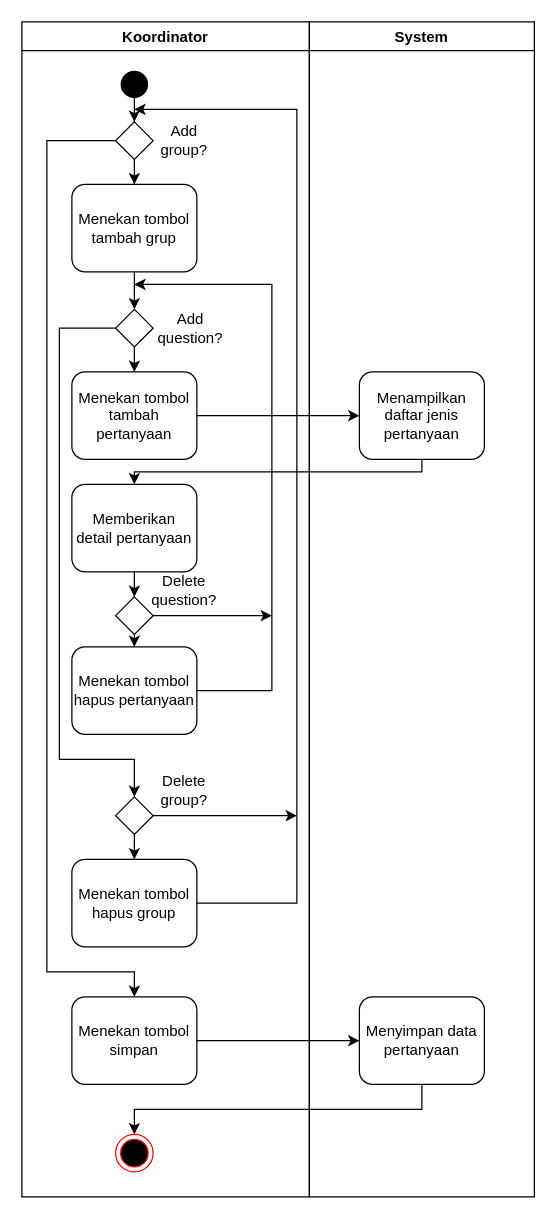
X-TermiNation/Magang-Japfa-X-iSTTS keeps this draw.io diagram as MembuatPertanyaan.drawio. Above is the earlier version. Source tidied: cells renumbered, new cells numbered last; positions are measured from the earlier drawing's top-left corner, leaving out a move shared by most shapes. Both pictures are drawn from the tidied source at 125%, with x=0, y=0 at pixel (21, 21).
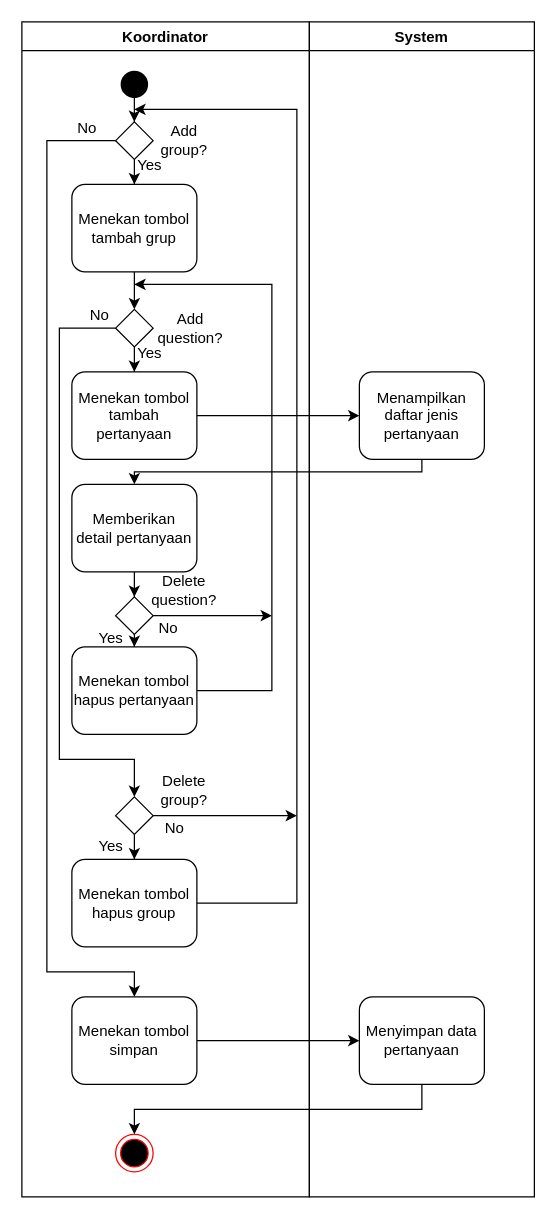
After the change.

The change refers to these unchanged cells:
```xml
<mxCell id="3" value="Koordinator" style="swimlane;" parent="1" vertex="1">
  <mxGeometry width="230" height="940" as="geometry" />
</mxCell>
```

What changed in the source:
```diff
@@
+    <mxCell id="39" value="Yes" style="text;html=1;strokeColor=none;fillColor=none;align=center;verticalAlign=middle;whiteSpace=wrap;rounded=0;" parent="3" vertex="1">
+      <mxGeometry x="80" y="110" width="45" height="10" as="geometry" />
+    </mxCell>
+    <mxCell id="40" value="No" style="text;html=1;strokeColor=none;fillColor=none;align=center;verticalAlign=middle;whiteSpace=wrap;rounded=0;" parent="3" vertex="1">
+      <mxGeometry x="30" y="80" width="45" height="10" as="geometry" />
+    </mxCell>
+    <mxCell id="41" value="Yes" style="text;html=1;strokeColor=none;fillColor=none;align=center;verticalAlign=middle;whiteSpace=wrap;rounded=0;" parent="3" vertex="1">
+      <mxGeometry x="80" y="260" width="45" height="10" as="geometry" />
+    </mxCell>
+    <mxCell id="42" value="Yes" style="text;html=1;strokeColor=none;fillColor=none;align=center;verticalAlign=middle;whiteSpace=wrap;rounded=0;" parent="3" vertex="1">
+      <mxGeometry x="49" y="488" width="45" height="10" as="geometry" />
+    </mxCell>
+    <mxCell id="43" value="Yes" style="text;html=1;strokeColor=none;fillColor=none;align=center;verticalAlign=middle;whiteSpace=wrap;rounded=0;" parent="3" vertex="1">
+      <mxGeometry x="49" y="655" width="45" height="10" as="geometry" />
+    </mxCell>
+    <mxCell id="44" value="No" style="text;html=1;strokeColor=none;fillColor=none;align=center;verticalAlign=middle;whiteSpace=wrap;rounded=0;" parent="3" vertex="1">
+      <mxGeometry x="40" y="230" width="45" height="10" as="geometry" />
+    </mxCell>
+    <mxCell id="45" value="No" style="text;html=1;strokeColor=none;fillColor=none;align=center;verticalAlign=middle;whiteSpace=wrap;rounded=0;" parent="3" vertex="1">
+      <mxGeometry x="95" y="480" width="45" height="10" as="geometry" />
+    </mxCell>
+    <mxCell id="46" value="No" style="text;html=1;strokeColor=none;fillColor=none;align=center;verticalAlign=middle;whiteSpace=wrap;rounded=0;" parent="3" vertex="1">
+      <mxGeometry x="100" y="640" width="45" height="10" as="geometry" />
+    </mxCell>
```
